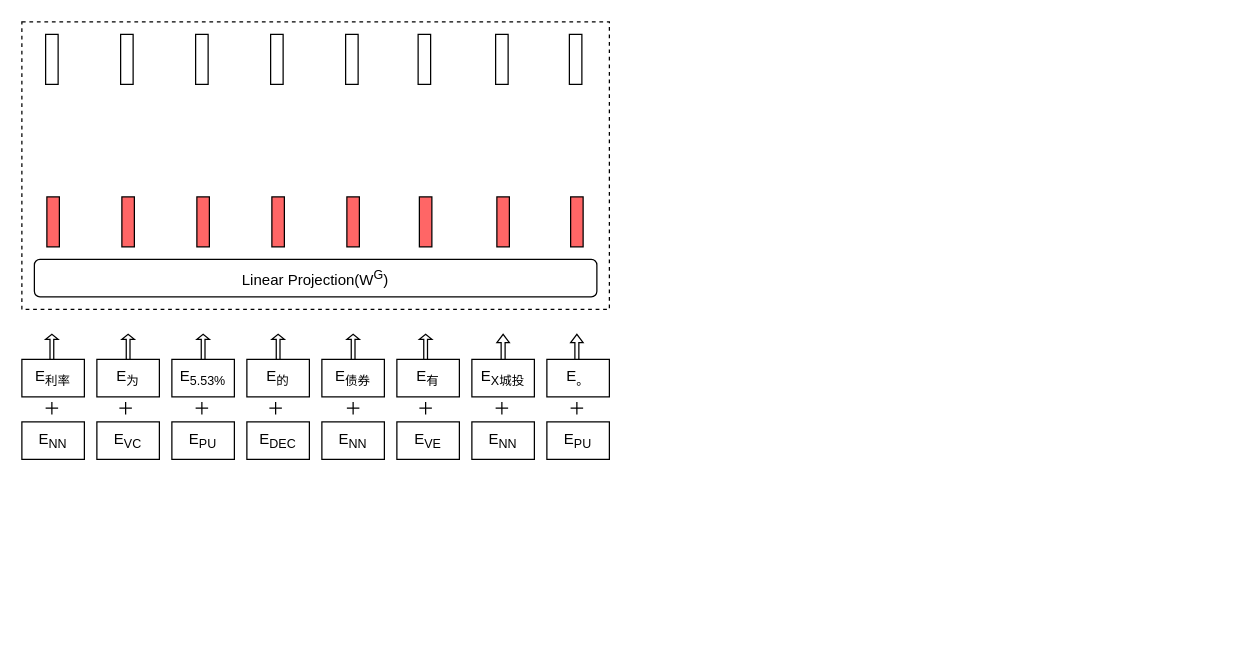
Earlier version of the draw.io diagram 一种基于句法增强的转述式金融智能问答装置.drawio (Zoisaang/test1). Source tidied: cells renumbered, new cells numbered last; positions are measured from the earlier drawing's top-left corner, leaving out a move shared by most shapes. Both pictures are drawn from the tidied source at 125%, with x=0, y=0 at pixel (21, 21).
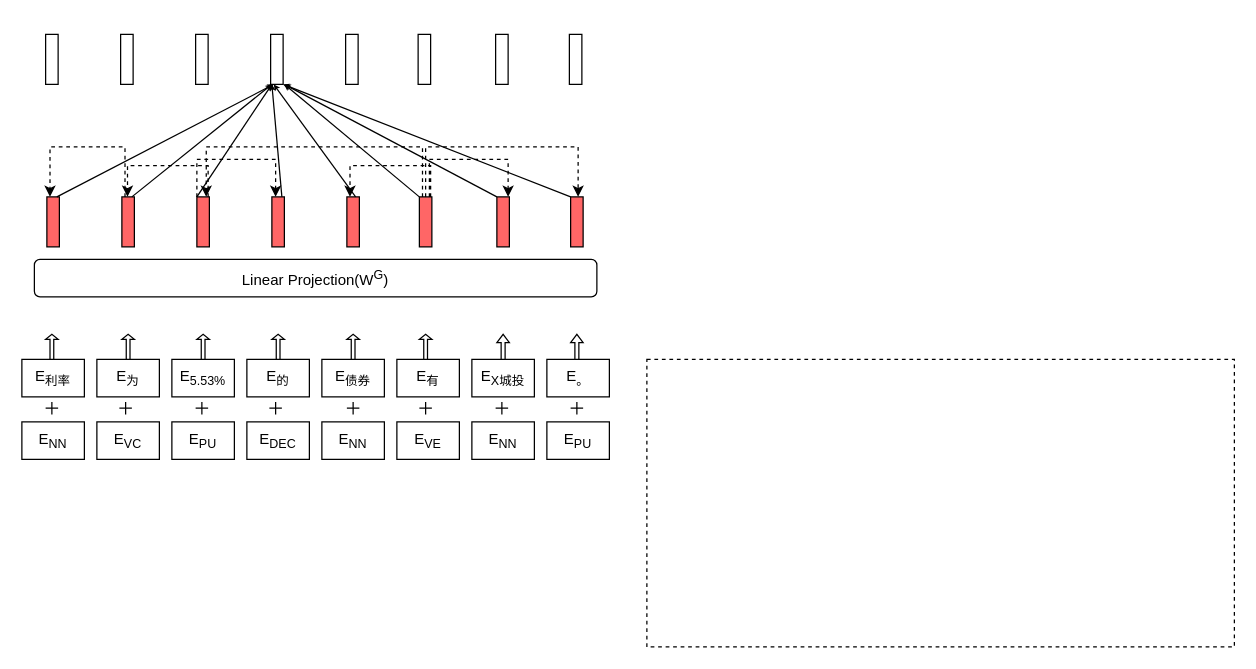
The same diagram, later.

Commit message:
Update 一种基于句法增强的转述式金融智能问答装置.drawio

The change refers to these unchanged cells:
```xml
<mxCell id="36" style="rounded=0;whiteSpace=wrap;html=1;fillColor=#FF6666;" parent="1" vertex="1">
  <mxGeometry x="20" y="140" width="10" height="40" as="geometry" />
</mxCell>
<mxCell id="37" style="rounded=0;whiteSpace=wrap;html=1;fillColor=#FF6666;" parent="1" vertex="1">
  <mxGeometry x="80" y="140" width="10" height="40" as="geometry" />
</mxCell>
<mxCell id="43" style="rounded=0;whiteSpace=wrap;html=1;fillColor=#FF6666;" parent="1" vertex="1">
  <mxGeometry x="318" y="140" width="10" height="40" as="geometry" />
</mxCell>
<mxCell id="47" style="rounded=0;whiteSpace=wrap;html=1;" parent="1" vertex="1">
  <mxGeometry x="199" y="10" width="10" height="40" as="geometry" />
</mxCell>
```

Change to the diagram source:
```diff
@@
     <mxCell id="34" style="rounded=0;whiteSpace=wrap;html=1;dashed=1;" parent="1" vertex="1">
-      <mxGeometry width="470" height="230" as="geometry" />
+      <mxGeometry x="500" y="270" width="470" height="230" as="geometry" />
     </mxCell>
@@
+    <mxCell id="52" style="edgeStyle=elbowEdgeStyle;elbow=vertical;endArrow=classic;html=1;rounded=0;entryX=0.25;entryY=0;entryDx=0;entryDy=0;dashed=1;exitX=0.25;exitY=0;exitDx=0;exitDy=0;" parent="1" edge="1" source="37" target="36">
+      <mxGeometry relative="1" as="geometry">
+        <Array as="points">
+          <mxPoint x="50" y="100" />
+          <mxPoint x="69" y="115" />
+        </Array>
+      </mxGeometry>
+    </mxCell>
+    <mxCell id="53" style="edgeStyle=elbowEdgeStyle;elbow=vertical;endArrow=classic;html=1;rounded=0;entryX=0.25;entryY=0;entryDx=0;entryDy=0;dashed=1;" parent="1" edge="1">
+      <mxGeometry relative="1" as="geometry">
+        <mxPoint x="149" y="140" as="sourcePoint" />
+        <mxPoint x="84.5" y="140" as="targetPoint" />
+        <Array as="points">
+          <mxPoint x="131" y="115" />
+        </Array>
+      </mxGeometry>
+    </mxCell>
+    <mxCell id="54" style="edgeStyle=elbowEdgeStyle;elbow=vertical;endArrow=classic;html=1;rounded=0;entryX=0.25;entryY=0;entryDx=0;entryDy=0;dashed=1;exitX=0.25;exitY=0;exitDx=0;exitDy=0;" parent="1" edge="1" source="43">
+      <mxGeometry relative="1" as="geometry">
+        <mxPoint x="147.5" y="140" as="targetPoint" />
+        <Array as="points">
+          <mxPoint x="180" y="100" />
+          <mxPoint x="194" y="115" />
+        </Array>
+      </mxGeometry>
+    </mxCell>
+    <mxCell id="55" style="edgeStyle=elbowEdgeStyle;elbow=vertical;endArrow=classic;html=1;rounded=0;entryX=0.25;entryY=0;entryDx=0;entryDy=0;dashed=1;" parent="1" edge="1">
+      <mxGeometry relative="1" as="geometry">
+        <mxPoint x="327" y="140" as="sourcePoint" />
+        <mxPoint x="262.5" y="140" as="targetPoint" />
+        <Array as="points">
+          <mxPoint x="309" y="115" />
+        </Array>
+      </mxGeometry>
+    </mxCell>
+    <mxCell id="56" style="edgeStyle=elbowEdgeStyle;elbow=vertical;endArrow=classic;html=1;rounded=0;dashed=1;" parent="1" edge="1">
+      <mxGeometry relative="1" as="geometry">
+        <mxPoint x="326" y="140" as="sourcePoint" />
+        <mxPoint x="389" y="140" as="targetPoint" />
+        <Array as="points">
+          <mxPoint x="360" y="110" />
+        </Array>
+      </mxGeometry>
+    </mxCell>
+    <mxCell id="57" style="edgeStyle=elbowEdgeStyle;elbow=vertical;endArrow=classic;html=1;rounded=0;dashed=1;" parent="1" edge="1">
+      <mxGeometry relative="1" as="geometry">
+        <mxPoint x="140" y="140" as="sourcePoint" />
+        <mxPoint x="203" y="140" as="targetPoint" />
+        <Array as="points">
+          <mxPoint x="174" y="110" />
+        </Array>
+      </mxGeometry>
+    </mxCell>
+    <mxCell id="58" style="edgeStyle=elbowEdgeStyle;elbow=vertical;endArrow=classic;html=1;rounded=0;dashed=1;" parent="1" edge="1">
+      <mxGeometry relative="1" as="geometry">
+        <mxPoint x="323" y="140" as="sourcePoint" />
+        <mxPoint x="445" y="140" as="targetPoint" />
+        <Array as="points">
+          <mxPoint x="390" y="100" />
+        </Array>
+      </mxGeometry>
+    </mxCell>
+    <mxCell id="59" style="endArrow=classic;html=1;rounded=0;entryX=0.25;entryY=1;entryDx=0;entryDy=0;endSize=2;" parent="1" edge="1" target="47">
+      <mxGeometry relative="1" as="geometry">
+        <mxPoint x="28" y="140" as="sourcePoint" />
+      </mxGeometry>
+    </mxCell>
+    <mxCell id="60" style="endArrow=classic;html=1;rounded=0;endSize=2;" parent="1" edge="1">
+      <mxGeometry relative="1" as="geometry">
+        <mxPoint x="88" y="140" as="sourcePoint" />
+        <mxPoint x="200" y="50" as="targetPoint" />
+      </mxGeometry>
+    </mxCell>
+    <mxCell id="61" style="endArrow=classic;html=1;rounded=0;endSize=2;" parent="1" edge="1">
+      <mxGeometry relative="1" as="geometry">
+        <mxPoint x="140" y="140" as="sourcePoint" />
+        <mxPoint x="200" y="50" as="targetPoint" />
+      </mxGeometry>
+    </mxCell>
+    <mxCell id="62" style="endArrow=classic;html=1;rounded=0;endSize=2;" parent="1" edge="1">
+      <mxGeometry relative="1" as="geometry">
+        <mxPoint x="208" y="140" as="sourcePoint" />
+        <mxPoint x="200" y="50" as="targetPoint" />
+      </mxGeometry>
+    </mxCell>
+    <mxCell id="63" style="endArrow=classic;html=1;rounded=0;endSize=2;entryX=0.25;entryY=1;entryDx=0;entryDy=0;" parent="1" edge="1" target="47">
+      <mxGeometry relative="1" as="geometry">
+        <mxPoint x="267" y="140" as="sourcePoint" />
+      </mxGeometry>
+    </mxCell>
+    <mxCell id="64" style="endArrow=classic;html=1;rounded=0;endSize=2;" parent="1" edge="1">
+      <mxGeometry relative="1" as="geometry">
+        <mxPoint x="318" y="140" as="sourcePoint" />
+        <mxPoint x="210" y="50" as="targetPoint" />
+      </mxGeometry>
+    </mxCell>
+    <mxCell id="65" style="endArrow=classic;html=1;rounded=0;endSize=2;" parent="1" edge="1">
+      <mxGeometry relative="1" as="geometry">
+        <mxPoint x="380" y="140" as="sourcePoint" />
+        <mxPoint x="210" y="50" as="targetPoint" />
+      </mxGeometry>
+    </mxCell>
+    <mxCell id="66" style="endArrow=classic;html=1;rounded=0;endSize=2;entryX=1;entryY=1;entryDx=0;entryDy=0;" parent="1" edge="1" target="47">
+      <mxGeometry relative="1" as="geometry">
+        <mxPoint x="439" y="140" as="sourcePoint" />
+      </mxGeometry>
+    </mxCell>
```
